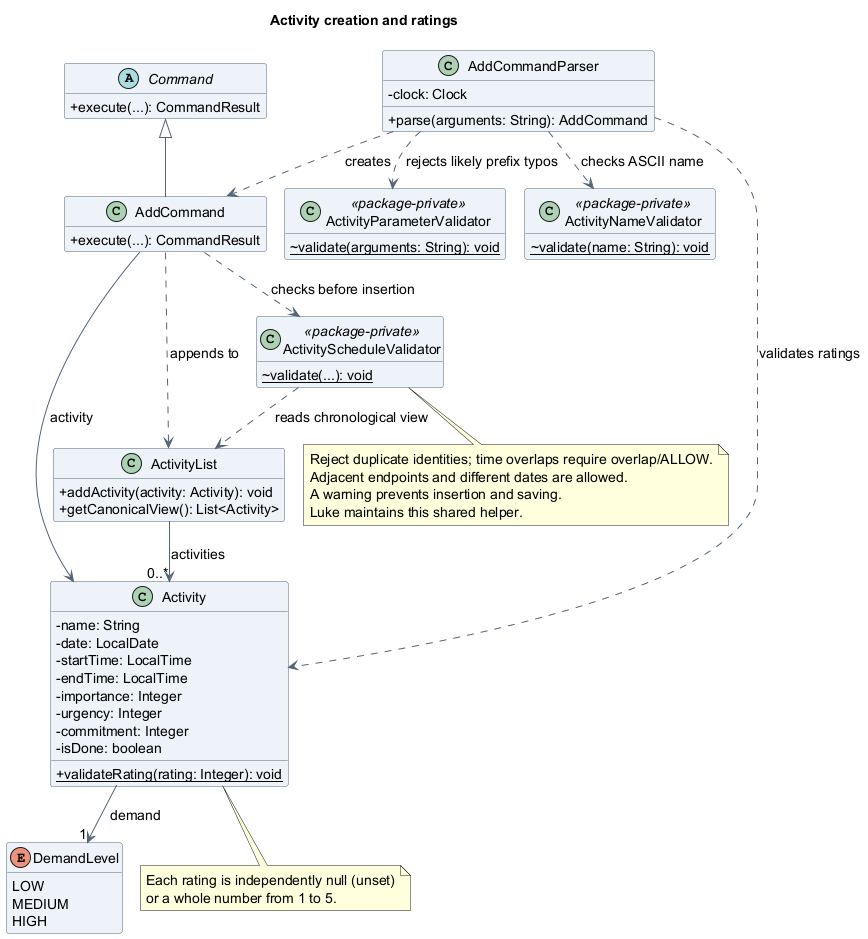
Earlier version of the PlantUML export docs/images/atharva/class/ActivityCreationClassDiagram.png (AY2627S1-CS2113-T10-4/tp).
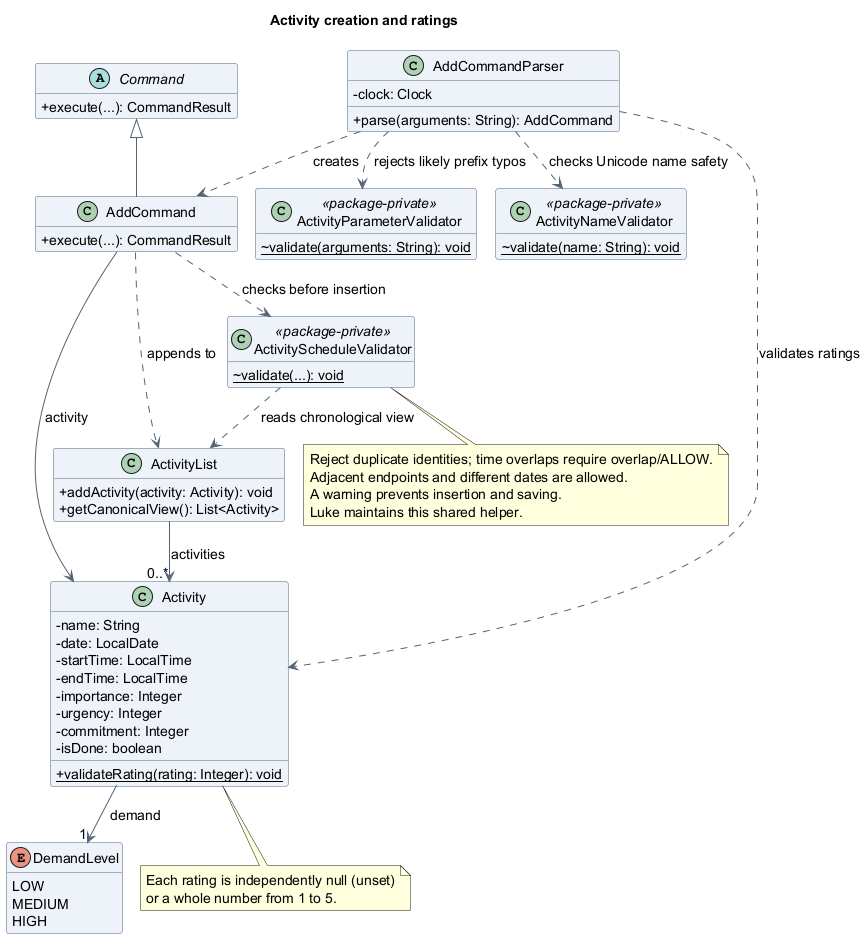
After the commit.

Diff of the diagram source:
```diff
@@ -54,7 +54,7 @@
 Command <|-- AddCommand
 AddCommandParser ..> AddCommand : creates
 AddCommandParser ..> Activity : validates ratings
-AddCommandParser ..> ActivityNameValidator : checks ASCII name
+AddCommandParser ..> ActivityNameValidator : checks Unicode name safety
 AddCommandParser ..> ActivityParameterValidator : rejects likely prefix typos
 AddCommand ..> ActivityScheduleValidator : checks before insertion
 ActivityScheduleValidator ..> ActivityList : reads chronological view
```
